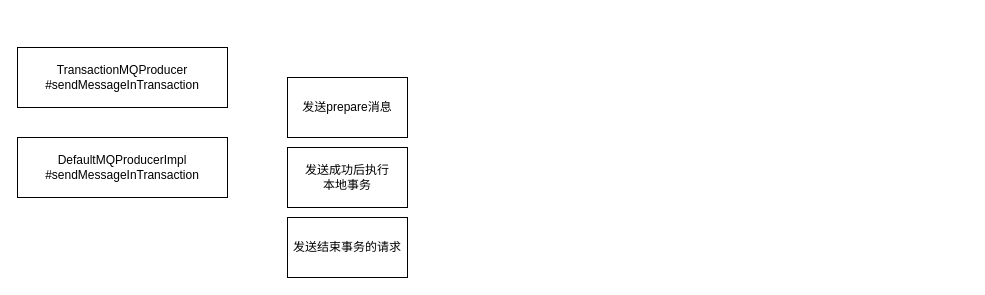
Earlier version of the draw.io diagram rocketmq/事务消息.drawio (erlieStar/diagrams). Source tidied: cells renumbered, new cells numbered last; positions are measured from the earlier drawing's top-left corner, leaving out a move shared by most shapes. Both pictures are drawn from the tidied source at 100%, with x=0, y=0 at pixel (17, 47).
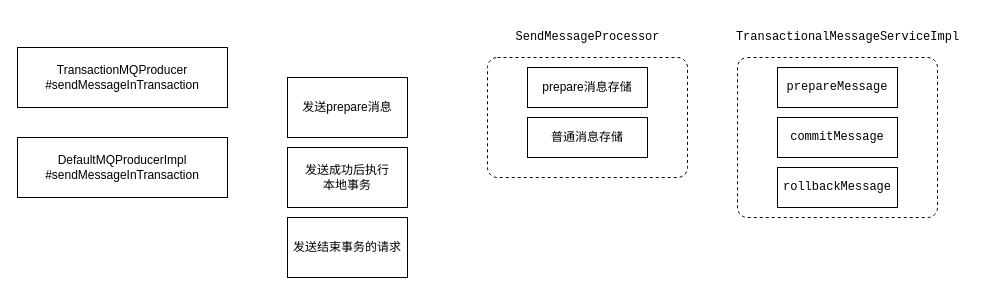
After the change.

Diff of the diagram source:
```diff
@@
 <mxGraphModel>
   <root>
     <mxCell id="0" />
     <mxCell id="1" parent="0" />
     <mxCell id="2" value="TransactionMQProducer&lt;br&gt;#sendMessageInTransaction" style="rounded=0;whiteSpace=wrap;html=1;" parent="1" vertex="1">
       <mxGeometry width="210" height="60" as="geometry" />
     </mxCell>
     <mxCell id="3" value="DefaultMQProducerImpl&lt;br&gt;#sendMessageInTransaction" style="rounded=0;whiteSpace=wrap;html=1;" parent="1" vertex="1">
       <mxGeometry y="90" width="210" height="60" as="geometry" />
     </mxCell>
     <mxCell id="4" value="发送prepare消息" style="rounded=0;whiteSpace=wrap;html=1;" parent="1" vertex="1">
       <mxGeometry x="270" y="30" width="120" height="60" as="geometry" />
     </mxCell>
     <mxCell id="5" value="发送成功后执行&lt;br&gt;本地事务" style="rounded=0;whiteSpace=wrap;html=1;" parent="1" vertex="1">
       <mxGeometry x="270" y="100" width="120" height="60" as="geometry" />
     </mxCell>
     <mxCell id="6" value="发送结束事务的请求" style="rounded=0;whiteSpace=wrap;html=1;" parent="1" vertex="1">
       <mxGeometry x="270" y="170" width="120" height="60" as="geometry" />
     </mxCell>
+    <mxCell id="7" style="html=1;align=center;verticalAlign=top;rounded=1;absoluteArcSize=1;arcSize=20;dashed=1;" parent="1" vertex="1">
+      <mxGeometry x="470" y="10" width="200" height="120" as="geometry" />
+    </mxCell>
+    <mxCell id="8" value="&lt;pre&gt;SendMessageProcessor&lt;/pre&gt;" style="text;html=1;align=center;verticalAlign=middle;strokeColor=none;fillColor=none;" parent="1" vertex="1">
+      <mxGeometry x="490" y="-30" width="160" height="40" as="geometry" />
+    </mxCell>
+    <mxCell id="9" value="prepare消息存储" style="rounded=0;whiteSpace=wrap;html=1;" parent="1" vertex="1">
+      <mxGeometry x="510" y="20" width="120" height="40" as="geometry" />
+    </mxCell>
+    <mxCell id="10" value="普通消息存储" style="rounded=0;whiteSpace=wrap;html=1;" parent="1" vertex="1">
+      <mxGeometry x="510" y="70" width="120" height="40" as="geometry" />
+    </mxCell>
+    <mxCell id="11" value="&lt;pre&gt;TransactionalMessageServiceImpl&lt;/pre&gt;" style="text;html=1;align=center;verticalAlign=middle;strokeColor=none;fillColor=none;" parent="1" vertex="1">
+      <mxGeometry x="710" y="-30" width="240" height="40" as="geometry" />
+    </mxCell>
+    <mxCell id="12" style="html=1;align=center;verticalAlign=top;rounded=1;absoluteArcSize=1;arcSize=20;dashed=1;" parent="1" vertex="1">
+      <mxGeometry x="720" y="10" width="200" height="160" as="geometry" />
+    </mxCell>
+    <mxCell id="13" value="&lt;pre&gt;prepareMessage&lt;/pre&gt;" style="rounded=0;whiteSpace=wrap;html=1;" parent="1" vertex="1">
+      <mxGeometry x="760" y="20" width="120" height="40" as="geometry" />
+    </mxCell>
+    <mxCell id="14" value="&lt;pre&gt;commitMessage&lt;/pre&gt;" style="rounded=0;whiteSpace=wrap;html=1;" parent="1" vertex="1">
+      <mxGeometry x="760" y="70" width="120" height="40" as="geometry" />
+    </mxCell>
+    <mxCell id="15" value="&lt;pre&gt;&lt;pre&gt;rollbackMessage&lt;/pre&gt;&lt;/pre&gt;" style="rounded=0;whiteSpace=wrap;html=1;" parent="1" vertex="1">
+      <mxGeometry x="760" y="120" width="120" height="40" as="geometry" />
+    </mxCell>
   </root>
 </mxGraphModel>
```
